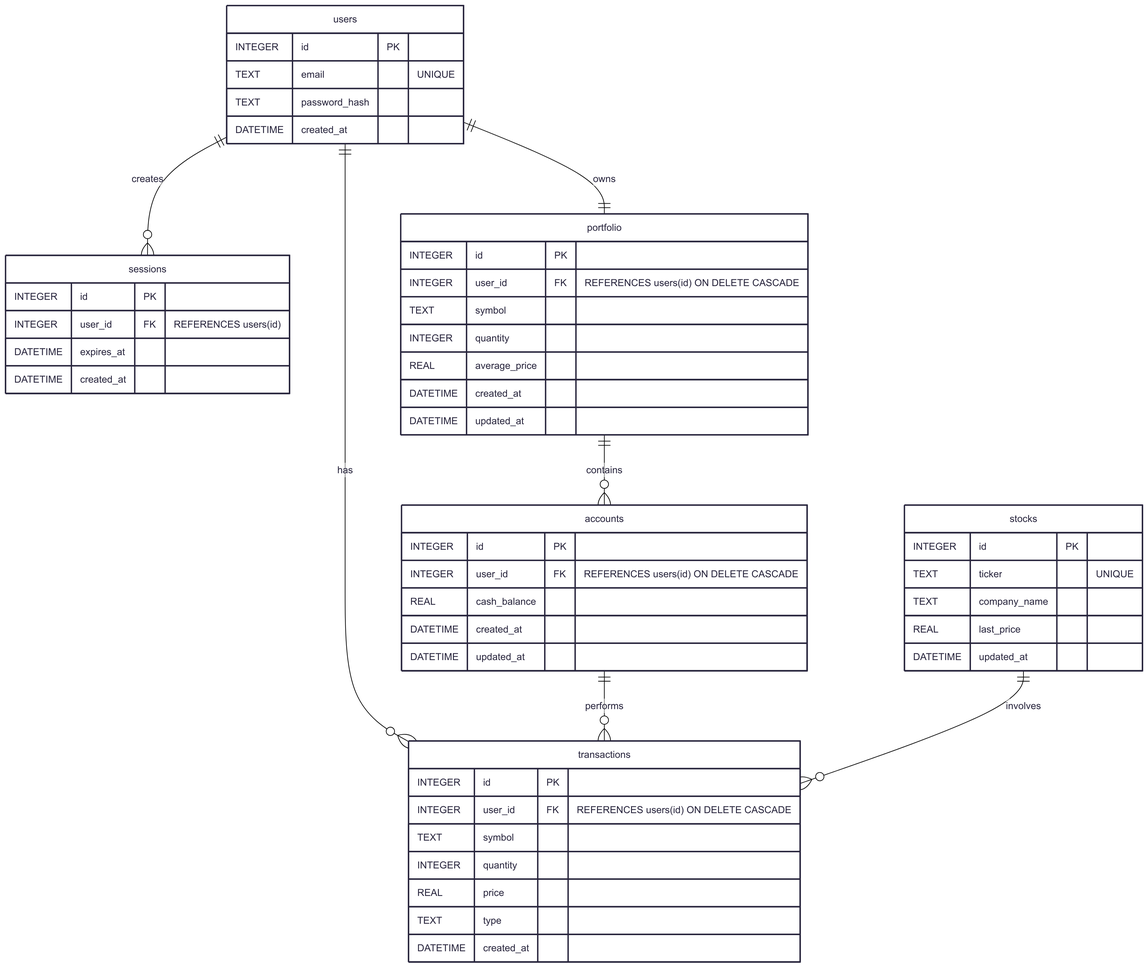
DavJesse/stock-folio keeps this Mermaid diagram as docs/erd/full-schema.png. Above is the earlier version. Its source is kept beside it as docs/erd/full-schema.mmd.
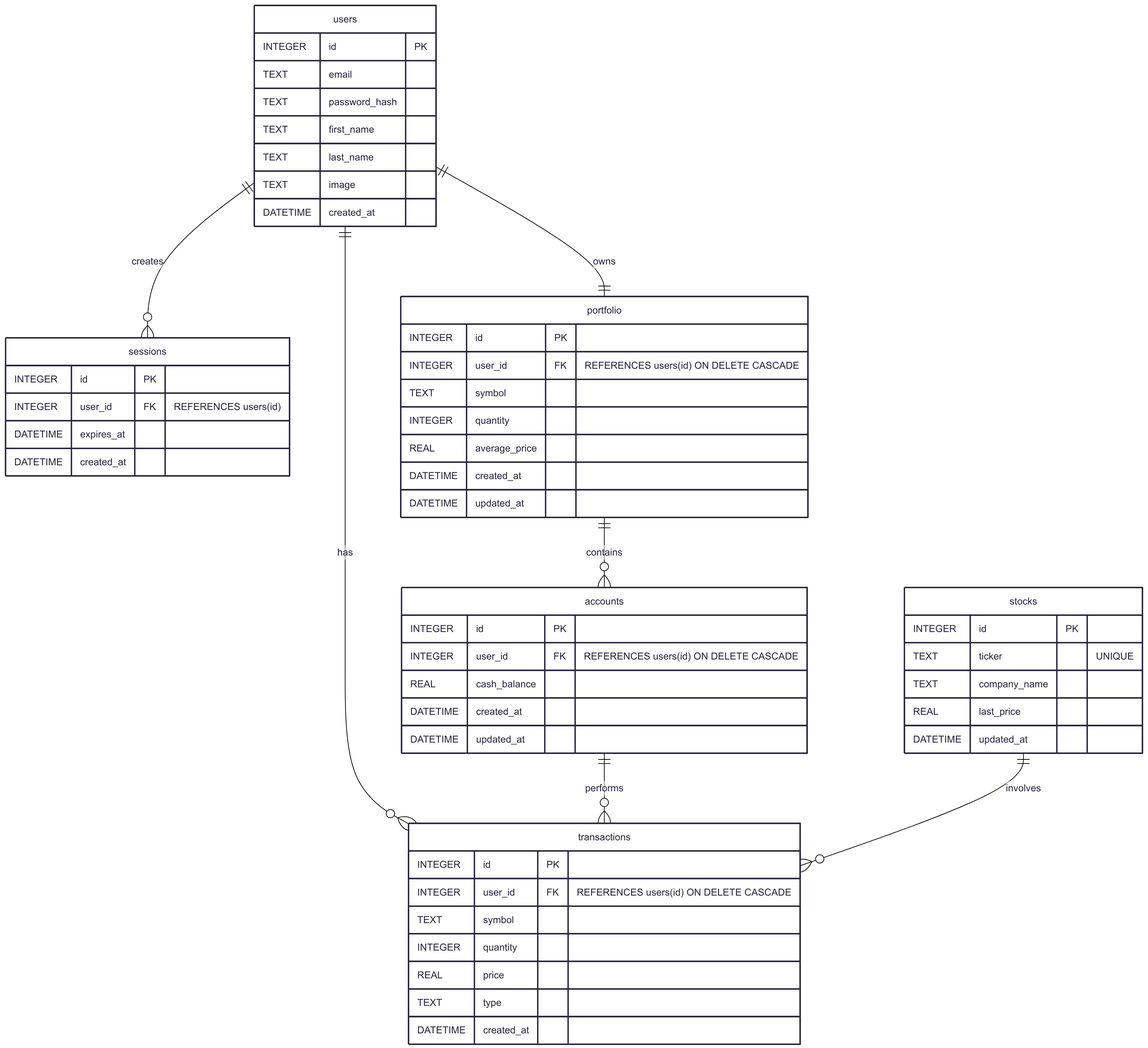
After the change.

Commit message:
docs: update entity relation diagrams to represent expanded users table (#82.3)

What changed in the source:
```diff
@@ -10,8 +10,11 @@
 
     users {
         INTEGER id PK
-        TEXT email "UNIQUE"
+        TEXT email
         TEXT password_hash
+        TEXT first_name
+        TEXT last_name
+        TEXT image
         DATETIME created_at
     }
 
```
